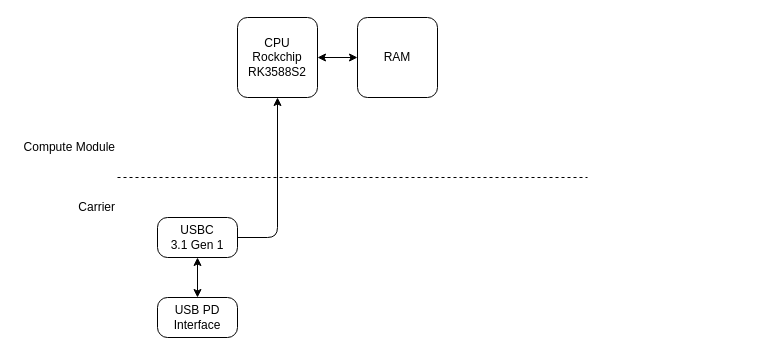
CawLabs/Bird-Brain keeps this draw.io diagram as page "Brainstorm" (2 of 3) of Documents/Diagram.drawio. Above is the earlier version. Source tidied: cells renumbered, new cells numbered last; positions are measured from the earlier drawing's top-left corner, leaving out a move shared by most shapes. Both pictures are drawn from the tidied source at 100%, with x=0, y=0 at pixel (17, 17).
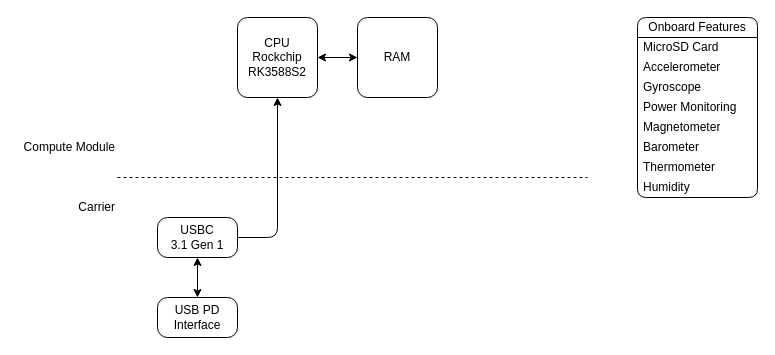
Above is the later version.

Commit message:
Added Onboard features list (basic)

Change to the diagram source:
```diff
@@
+    <mxCell id="12" value="Onboard Features" style="swimlane;fontStyle=0;horizontal=1;startSize=20;whiteSpace=wrap;html=1;rounded=1;" parent="1" vertex="1">
+      <mxGeometry x="620" width="120" height="180" as="geometry" />
+    </mxCell>
+    <mxCell id="13" value="MicroSD Card" style="text;strokeColor=none;fillColor=none;align=left;verticalAlign=middle;spacingLeft=4;spacingRight=4;overflow=hidden;whiteSpace=wrap;html=1;" parent="12" vertex="1">
+      <mxGeometry y="20" width="120" height="20" as="geometry" />
+    </mxCell>
+    <mxCell id="14" value="Accelerometer" style="text;strokeColor=none;fillColor=none;align=left;verticalAlign=middle;spacingLeft=4;spacingRight=4;overflow=hidden;whiteSpace=wrap;html=1;" parent="12" vertex="1">
+      <mxGeometry y="40" width="120" height="20" as="geometry" />
+    </mxCell>
+    <mxCell id="15" value="Gyroscope" style="text;strokeColor=none;fillColor=none;align=left;verticalAlign=middle;spacingLeft=4;spacingRight=4;overflow=hidden;whiteSpace=wrap;html=1;" parent="12" vertex="1">
+      <mxGeometry y="60" width="120" height="20" as="geometry" />
+    </mxCell>
+    <mxCell id="16" value="Power Monitoring" style="text;strokeColor=none;fillColor=none;align=left;verticalAlign=middle;spacingLeft=4;spacingRight=4;overflow=hidden;whiteSpace=wrap;html=1;" parent="12" vertex="1">
+      <mxGeometry y="80" width="120" height="20" as="geometry" />
+    </mxCell>
+    <mxCell id="17" value="Magnetometer" style="text;strokeColor=none;fillColor=none;align=left;verticalAlign=middle;spacingLeft=4;spacingRight=4;overflow=hidden;whiteSpace=wrap;html=1;" parent="12" vertex="1">
+      <mxGeometry y="100" width="120" height="20" as="geometry" />
+    </mxCell>
+    <mxCell id="18" value="Barometer" style="text;strokeColor=none;fillColor=none;align=left;verticalAlign=middle;spacingLeft=4;spacingRight=4;overflow=hidden;whiteSpace=wrap;html=1;" parent="12" vertex="1">
+      <mxGeometry y="120" width="120" height="20" as="geometry" />
+    </mxCell>
+    <mxCell id="19" value="Thermometer" style="text;strokeColor=none;fillColor=none;align=left;verticalAlign=middle;spacingLeft=4;spacingRight=4;overflow=hidden;whiteSpace=wrap;html=1;" parent="12" vertex="1">
+      <mxGeometry y="140" width="120" height="20" as="geometry" />
+    </mxCell>
+    <mxCell id="20" value="Humidity" style="text;strokeColor=none;fillColor=none;align=left;verticalAlign=middle;spacingLeft=4;spacingRight=4;overflow=hidden;whiteSpace=wrap;html=1;" parent="12" vertex="1">
+      <mxGeometry y="160" width="120" height="20" as="geometry" />
+    </mxCell>
```
